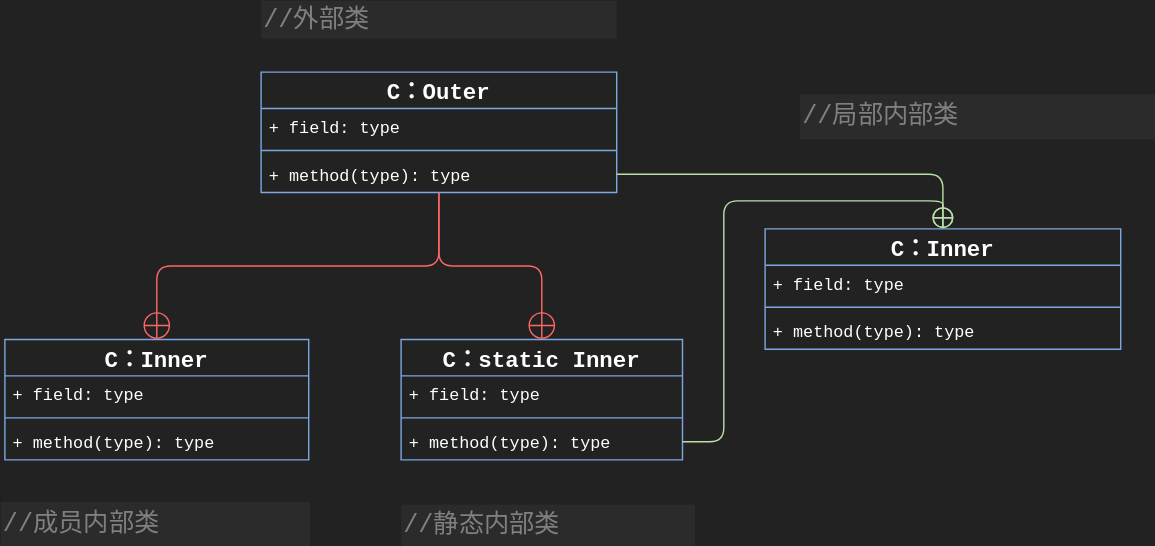
Before: drawio/InnerClassMind.svg, a diagram exported from draw.io (Stolorzs/Picgo). Source tidied: cells renumbered, new cells last; positions are measured from the earlier drawing's top-left corner, leaving out a move shared by most shapes.
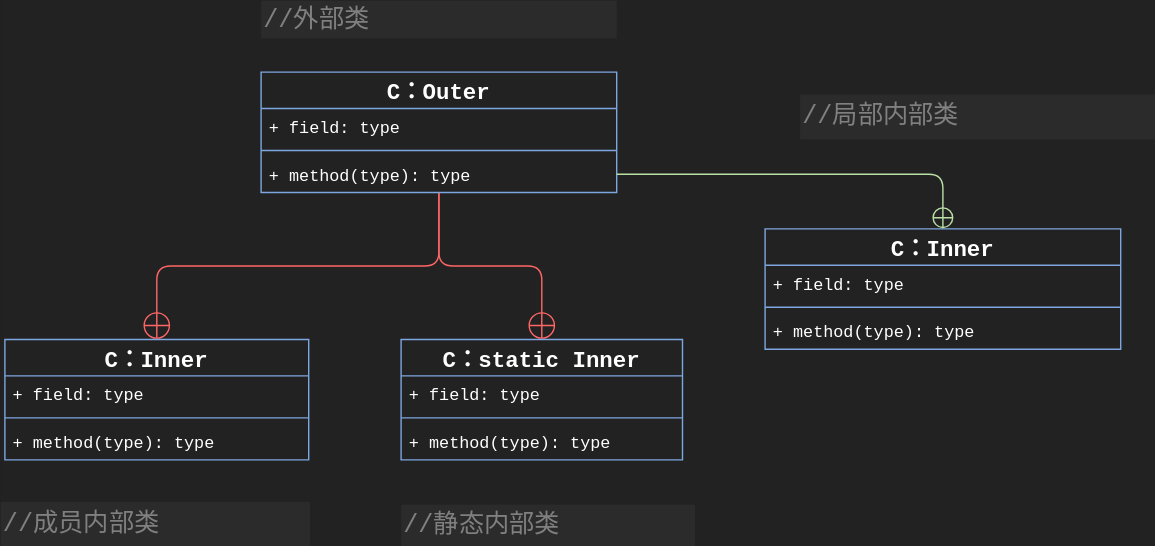
After the commit.

What changed in the source:
```diff
@@ -71,8 +71,5 @@
     <mxCell id="24" style="edgeStyle=orthogonalEdgeStyle;rounded=1;jettySize=auto;html=1;strokeColor=#B9E0A5;align=center;verticalAlign=middle;fontFamily=Helvetica;fontSize=12;fontColor=default;labelBackgroundColor=default;startSize=8;endArrow=circlePlus;endFill=0;endSize=6;" parent="1" edge="1" source="7" target="20">
       <mxGeometry relative="1" as="geometry" />
     </mxCell>
-    <mxCell id="25" style="edgeStyle=orthogonalEdgeStyle;rounded=1;jettySize=auto;html=1;entryX=0.5;entryY=0;entryDx=0;entryDy=0;strokeColor=#B9E0A5;align=center;verticalAlign=middle;fontFamily=Helvetica;fontSize=12;fontColor=default;labelBackgroundColor=default;startSize=8;endArrow=circlePlus;endFill=0;endSize=6;" parent="1" edge="1" source="17" target="20">
-      <mxGeometry relative="1" as="geometry" />
-    </mxCell>
   </root>
 </mxGraphModel>
```
